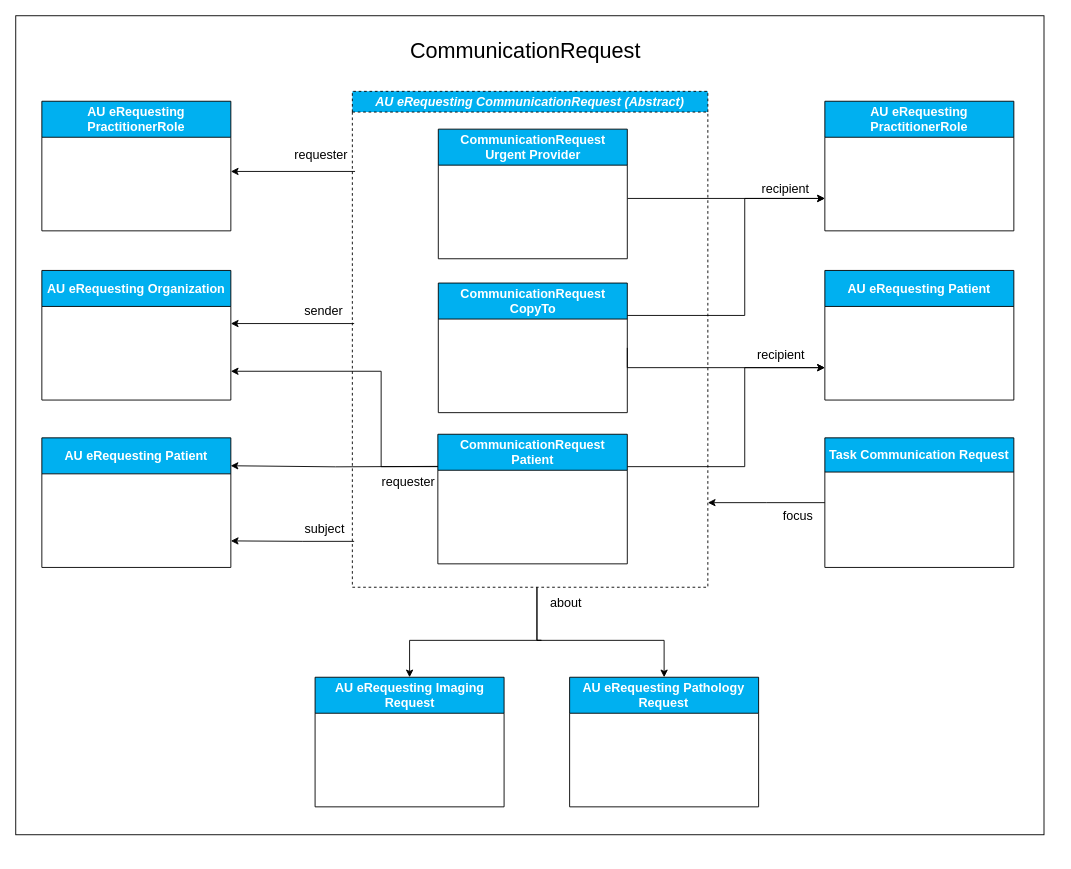
Above: page "au-erequesting-profiles-communicationrequest" (4 of 4) of input/images-source/au-erequesting-profiles.drawio in hl7au/au-fhir-erequesting (draw.io), before the change. Source tidied: cells renumbered, new cells numbered last; positions are measured from the earlier drawing's top-left corner, leaving out a move shared by most shapes. Both pictures are drawn from the tidied source at 90%, with x=0, y=0 at pixel (15, 15).
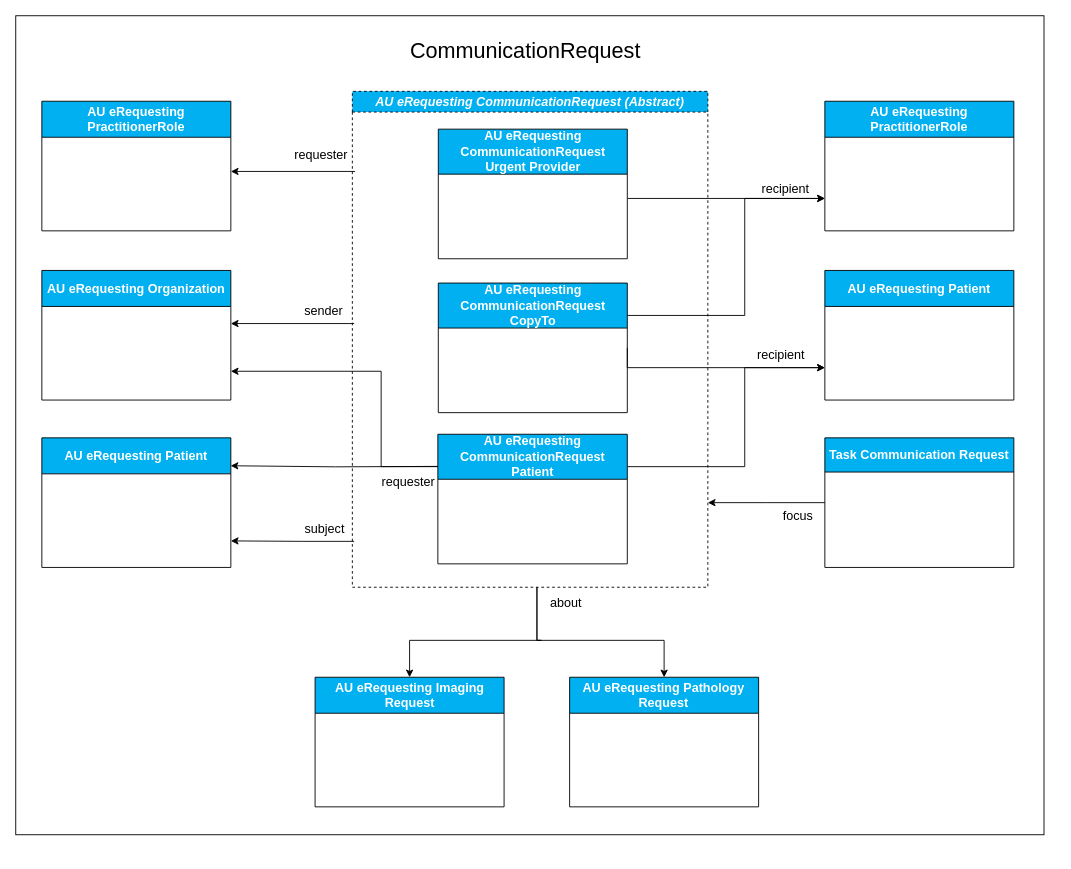
The same diagram, later.

Commit message (it also covers changes not shown here):
Updated Consent and CommunicationRequest profile diagrams to use correct profile names and reworded the intro to the AU eRequesting Profile Relationships section.

The change refers to these unchanged cells:
```xml
<mxCell id="2" style="group;" parent="1" vertex="1">
  <mxGeometry x="10" width="1145" height="930" as="geometry" />
</mxCell>
```

The edit, as a diff of the source:
```diff
@@
-    <mxCell id="5" value="&lt;font style=&quot;font-size: 14px;&quot;&gt;CommunicationRequest CopyTo&lt;/font&gt;" style="swimlane;whiteSpace=wrap;html=1;fillColor=#00B0F0;strokeColor=default;fontColor=#FFFFFF;startSize=40;fontSize=12;verticalAlign=middle;horizontal=1;align=center;fontFamily=Helvetica;fontStyle=1;" parent="2" vertex="1">
+    <mxCell id="5" value="&lt;font style=&quot;font-size: 14px;&quot;&gt;AU eRequesting CommunicationRequest CopyTo&lt;/font&gt;" style="swimlane;whiteSpace=wrap;html=1;fillColor=#00B0F0;strokeColor=default;fontColor=#FFFFFF;startSize=50;fontSize=12;verticalAlign=middle;horizontal=1;align=center;fontFamily=Helvetica;fontStyle=1;" parent="2" vertex="1">
       <mxGeometry x="459.5" y="297" width="210" height="144" as="geometry" />
     </mxCell>
@@
-    <mxCell id="29" value="&lt;font style=&quot;font-size: 14px;&quot;&gt;CommunicationRequest Urgent Provider&lt;/font&gt;" style="swimlane;whiteSpace=wrap;html=1;fillColor=#00B0F0;strokeColor=default;fontColor=#FFFFFF;startSize=40;fontSize=12;verticalAlign=middle;horizontal=1;align=center;fontFamily=Helvetica;fontStyle=1;" parent="2" vertex="1">
+    <mxCell id="29" value="&lt;font style=&quot;font-size: 14px;&quot;&gt;AU eRequesting CommunicationRequest Urgent Provider&lt;/font&gt;" style="swimlane;whiteSpace=wrap;html=1;fillColor=#00B0F0;strokeColor=default;fontColor=#FFFFFF;startSize=50;fontSize=12;verticalAlign=middle;horizontal=1;align=center;fontFamily=Helvetica;fontStyle=1;" parent="2" vertex="1">
       <mxGeometry x="459.5" y="126" width="210" height="144" as="geometry" />
     </mxCell>
-    <mxCell id="30" value="&lt;font style=&quot;font-size: 14px;&quot;&gt;CommunicationRequest Patient&lt;/font&gt;" style="swimlane;whiteSpace=wrap;html=1;fillColor=#00B0F0;strokeColor=default;fontColor=#FFFFFF;startSize=40;fontSize=12;verticalAlign=middle;horizontal=1;align=center;fontFamily=Helvetica;fontStyle=1;" parent="2" vertex="1">
+    <mxCell id="30" value="&lt;font style=&quot;font-size: 14px;&quot;&gt;AU eRequesting CommunicationRequest Patient&lt;/font&gt;" style="swimlane;whiteSpace=wrap;html=1;fillColor=#00B0F0;strokeColor=default;fontColor=#FFFFFF;startSize=50;fontSize=12;verticalAlign=middle;horizontal=1;align=center;fontFamily=Helvetica;fontStyle=1;" parent="2" vertex="1">
       <mxGeometry x="459" y="465" width="210.5" height="144" as="geometry" />
     </mxCell>
```
